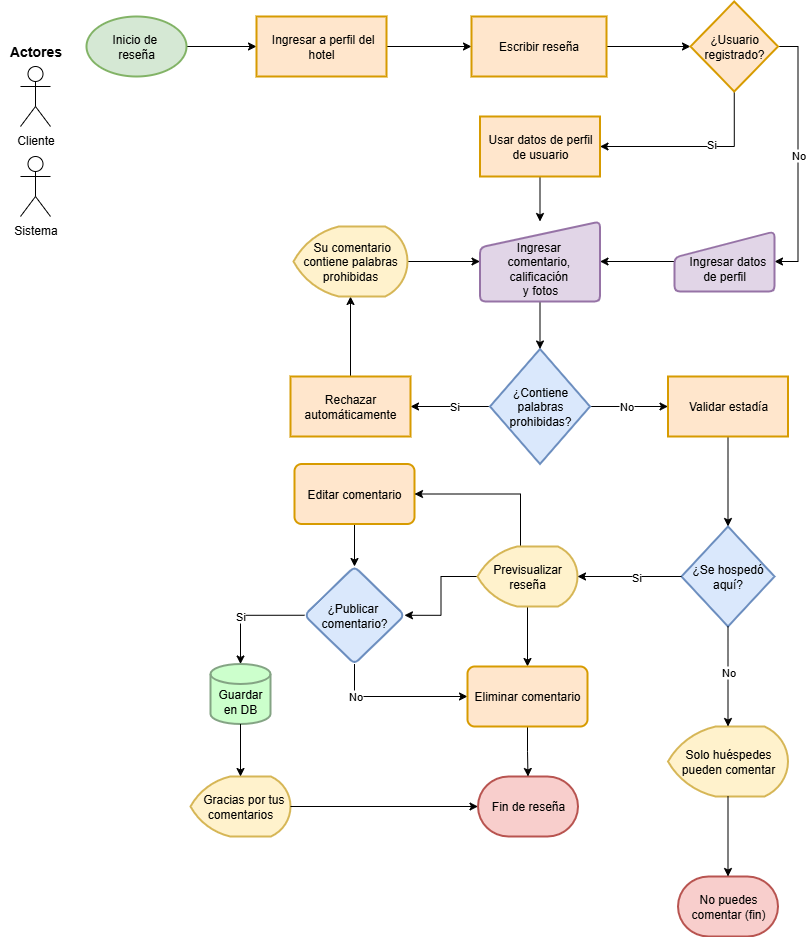
DjGuetta/App-Hotel-Management keeps this draw.io diagram as Flujograma de reseñas.png. Above is the earlier version. Source tidied: cells renumbered, new cells last; positions are measured from the earlier drawing's top-left corner, leaving out a move shared by most shapes.
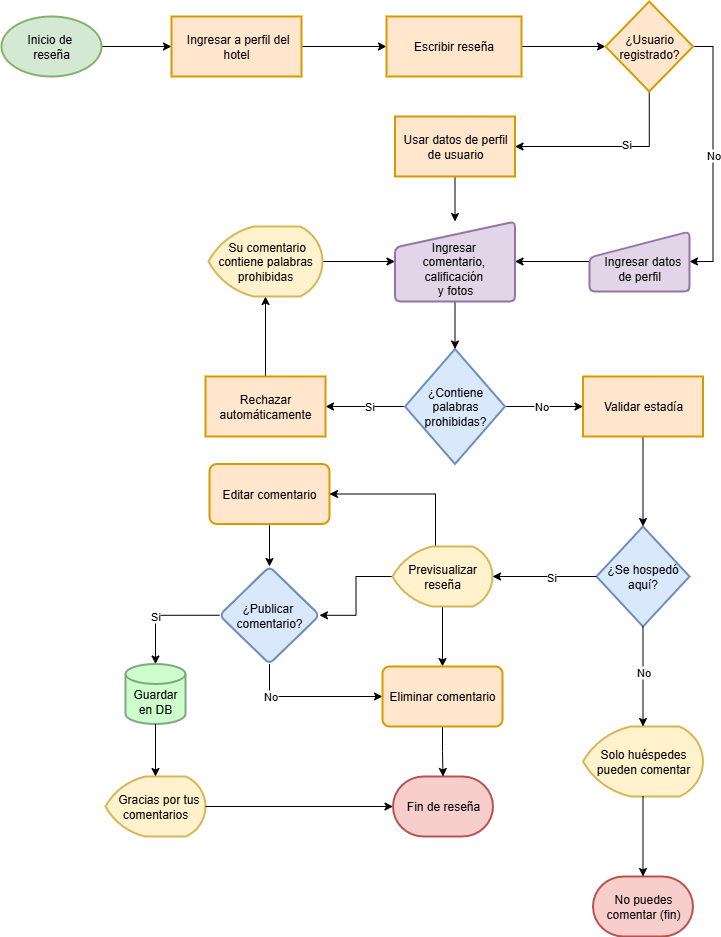
The same file after the commit.

Commit message:
Eliminando actores que intervienen en el sistema (no es apto para el diagrama)

Diff of the diagram source:
```diff
@@ -115,15 +115,6 @@
     <mxCell id="36" value="Usar datos de perfil&lt;div&gt;de usuario&lt;/div&gt;" style="whiteSpace=wrap;html=1;fillColor=#ffe6cc;strokeColor=#d79b00;strokeWidth=2;" parent="1" vertex="1">
       <mxGeometry x="479.5" y="115" width="120" height="60" as="geometry" />
     </mxCell>
-    <mxCell id="37" value="Cliente" style="shape=umlActor;verticalLabelPosition=bottom;verticalAlign=top;html=1;" parent="1" vertex="1">
-      <mxGeometry x="20" y="65" width="30" height="60" as="geometry" />
-    </mxCell>
-    <mxCell id="38" value="Sistema" style="shape=umlActor;verticalLabelPosition=bottom;verticalAlign=top;html=1;" parent="1" vertex="1">
-      <mxGeometry x="20" y="155" width="30" height="60" as="geometry" />
-    </mxCell>
-    <mxCell id="39" value="Actores" style="text;html=1;align=center;verticalAlign=middle;strokeColor=none;fillColor=none;fontSize=14;fontStyle=1;" parent="1" vertex="1">
-      <mxGeometry y="35" width="70" height="30" as="geometry" />
-    </mxCell>
     <mxCell id="40" style="edgeStyle=orthogonalEdgeStyle;rounded=0;jettySize=auto;html=1;exitX=1;exitY=0.5;exitDx=0;exitDy=0;exitPerimeter=0;entryX=0;entryY=0.5;entryDx=0;entryDy=0;entryPerimeter=0;" parent="1" edge="1" source="17" target="18">
       <mxGeometry relative="1" as="geometry" />
     </mxCell>
```
